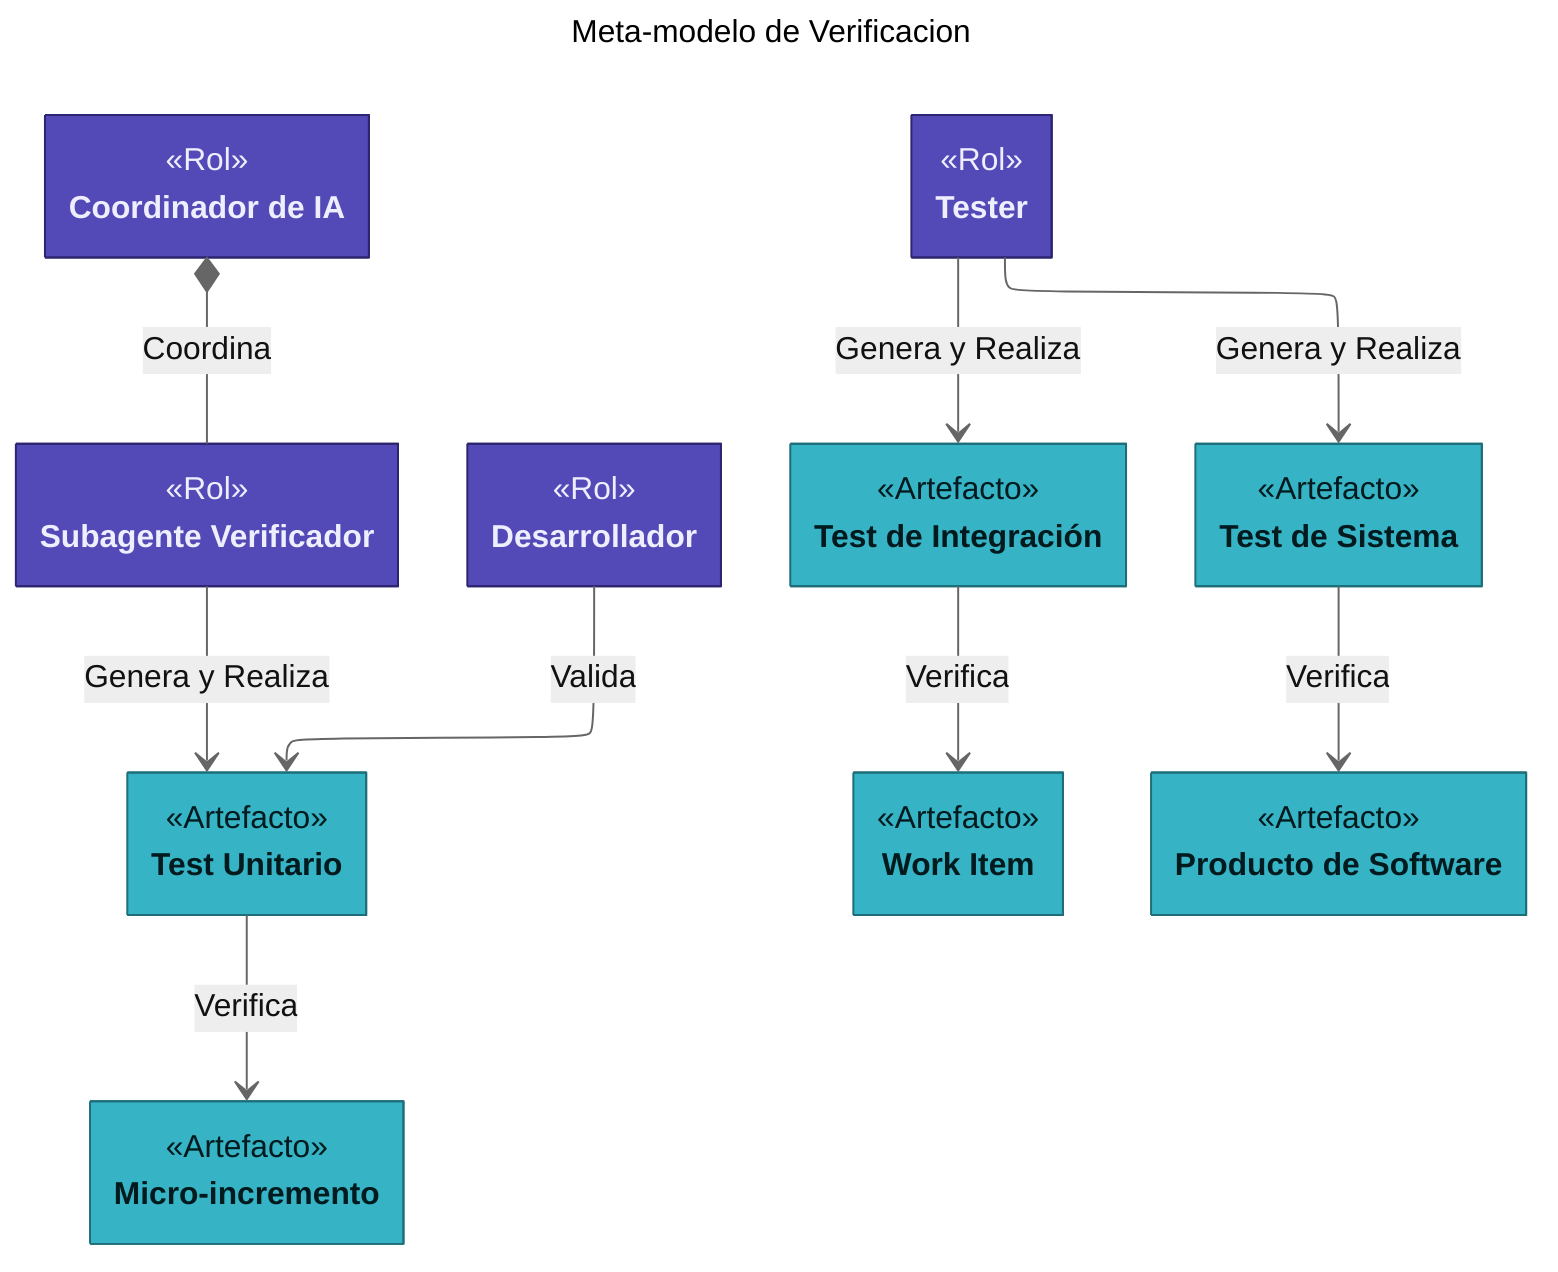
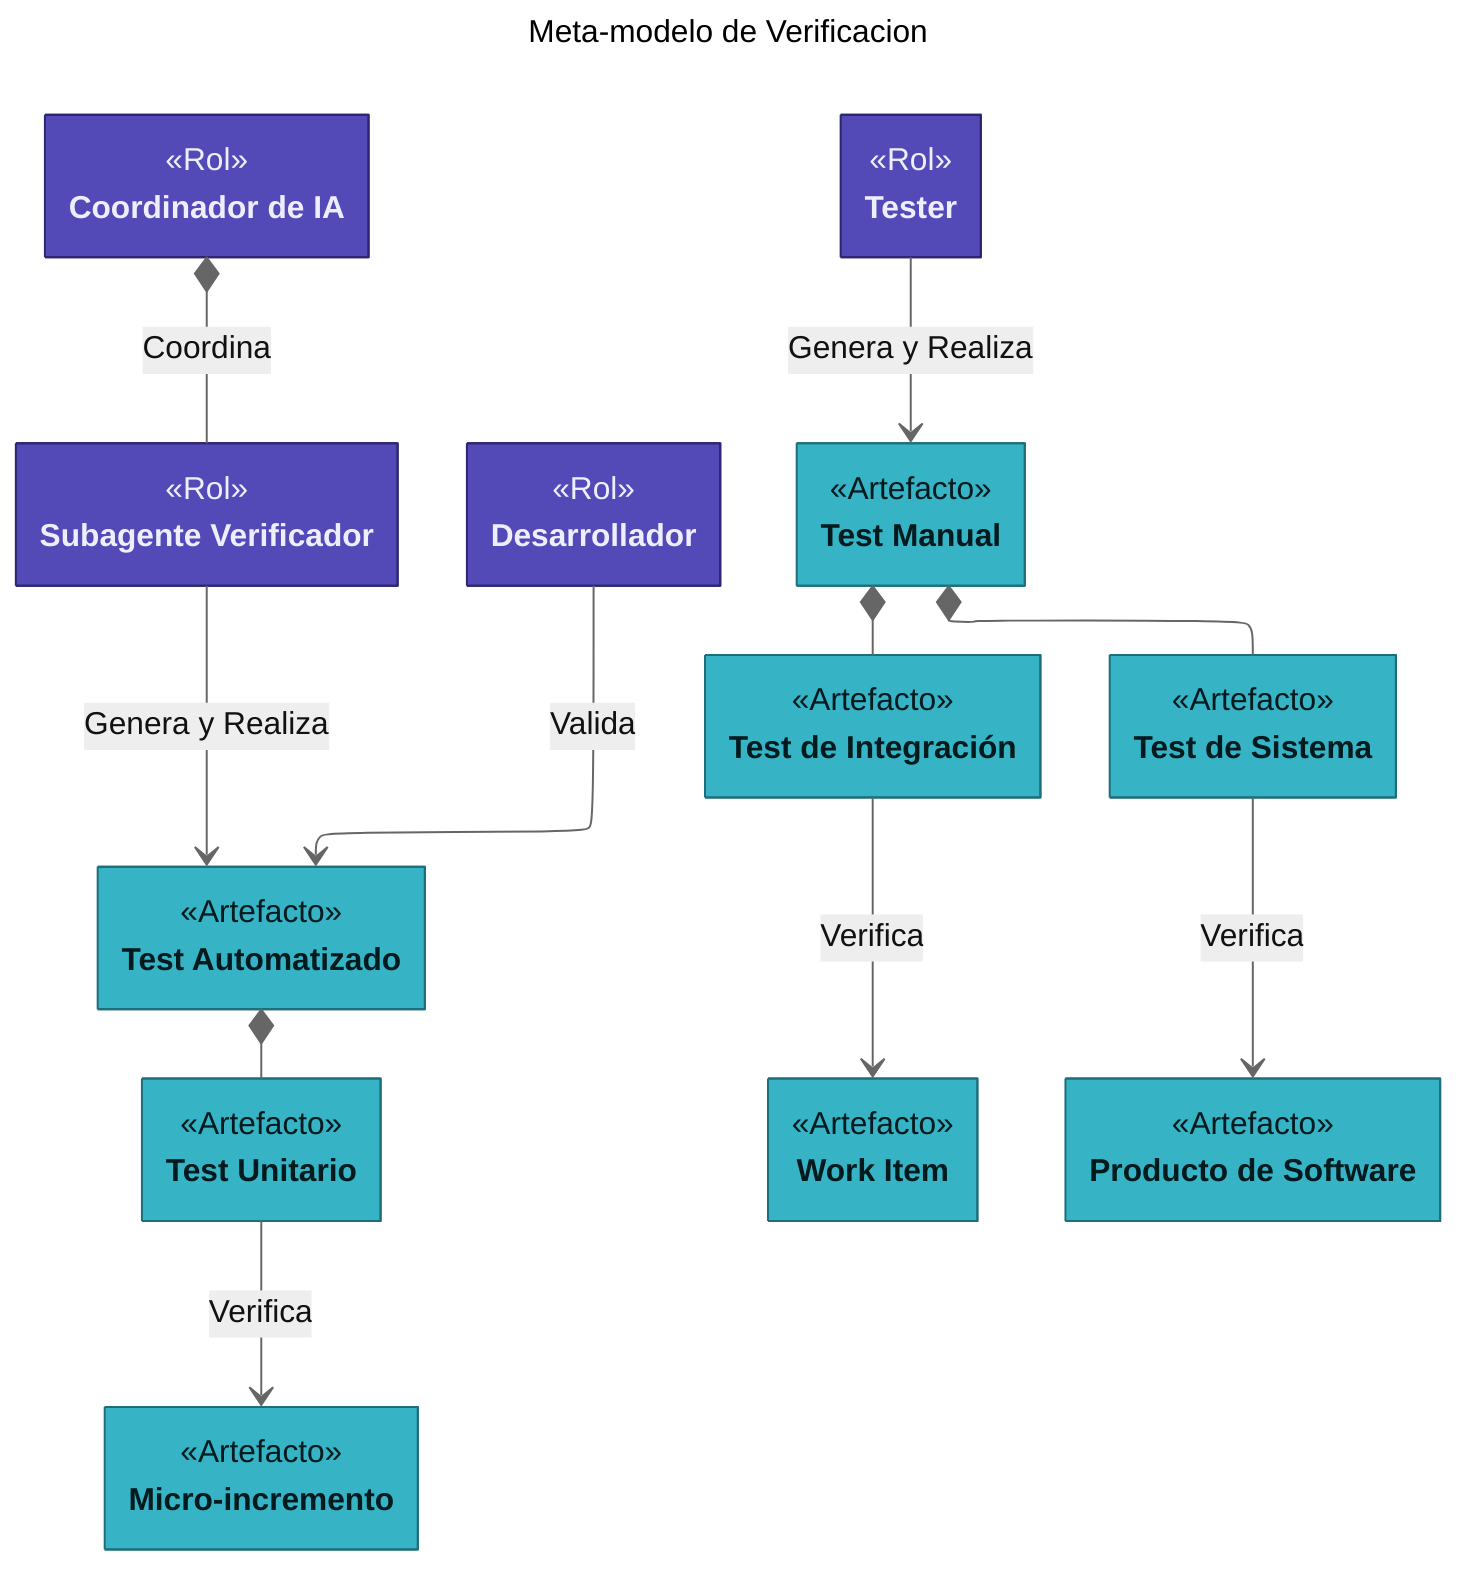
---
config:
  layout: elk
  class:
    hideEmptyMembersBox: true
  theme: neutral
title: Meta-modelo de Verificacion
---
classDiagram
class CoordinadorIA["Coordinador de IA"]:::rol {
    <<Rol>>
}

class SubVer["Subagente Verificador"]:::rol {
    <<Rol>>
}

class Tester["Tester"]:::rol {
    <<Rol>>
}

class Desarrollador["Desarrollador"]:::rol {
    <<Rol>>
}

class TestUnitario["Test Unitario"]:::artefacto {
    <<Artefacto>>
}

class MicroIncremento["Micro-incremento"]:::artefacto {
    <<Artefacto>>
}

class TestIntegracion["Test de Integración"]:::artefacto {
    <<Artefacto>>
}

class WorkItem["Work Item"]:::artefacto {
    <<Artefacto>>
}

class TestSistema["Test de Sistema"]:::artefacto {
    <<Artefacto>>
}

class ProductoSoftware["Producto de Software"]:::artefacto {
    <<Artefacto>>
}

+ class TestAutomatizado["Test Automatizado"]:::artefacto {
+     <<Artefacto>>
+ }
+ 
+ class TestManual["Test Manual"]:::artefacto {
+     <<Artefacto>>
+ }
+ 
+ TestAutomatizado *-- TestUnitario
+ TestManual *-- TestIntegracion
+ TestManual *-- TestSistema
+ 
%% === RELACIONES ===
- Tester --> TestIntegracion : Genera y Realiza
- Tester --> TestSistema : Genera y Realiza
- SubVer --> TestUnitario : Genera y Realiza
- Desarrollador --> TestUnitario : Valida
+ Tester --> TestManual : Genera y Realiza
+ SubVer --> TestAutomatizado : Genera y Realiza
+ Desarrollador --> TestAutomatizado : Valida

CoordinadorIA *-- SubVer : Coordina
TestUnitario --> MicroIncremento : Verifica
TestIntegracion --> WorkItem : Verifica
- TestSistema --> ProductoSoftware         : Verifica
+ TestSistema --> ProductoSoftware : Verifica

classDef proceso fill:#3d3d3a,stroke:#2C2C2A,color:#F1EFE8
classDef fase fill:#c4a336,stroke:#8a6f1f,color:#1a1400
classDef disciplina fill:#c47b36,stroke:#7a4a1d,color:#1a0f00
classDef evento fill:#a45be9,stroke:#6a2fa8,color:#1a0033
classDef rol fill:#534AB7,stroke:#2c2570,color:#eeeeff
classDef artefacto fill:#36b3c4,stroke:#1d6e7a,color:#001a1e